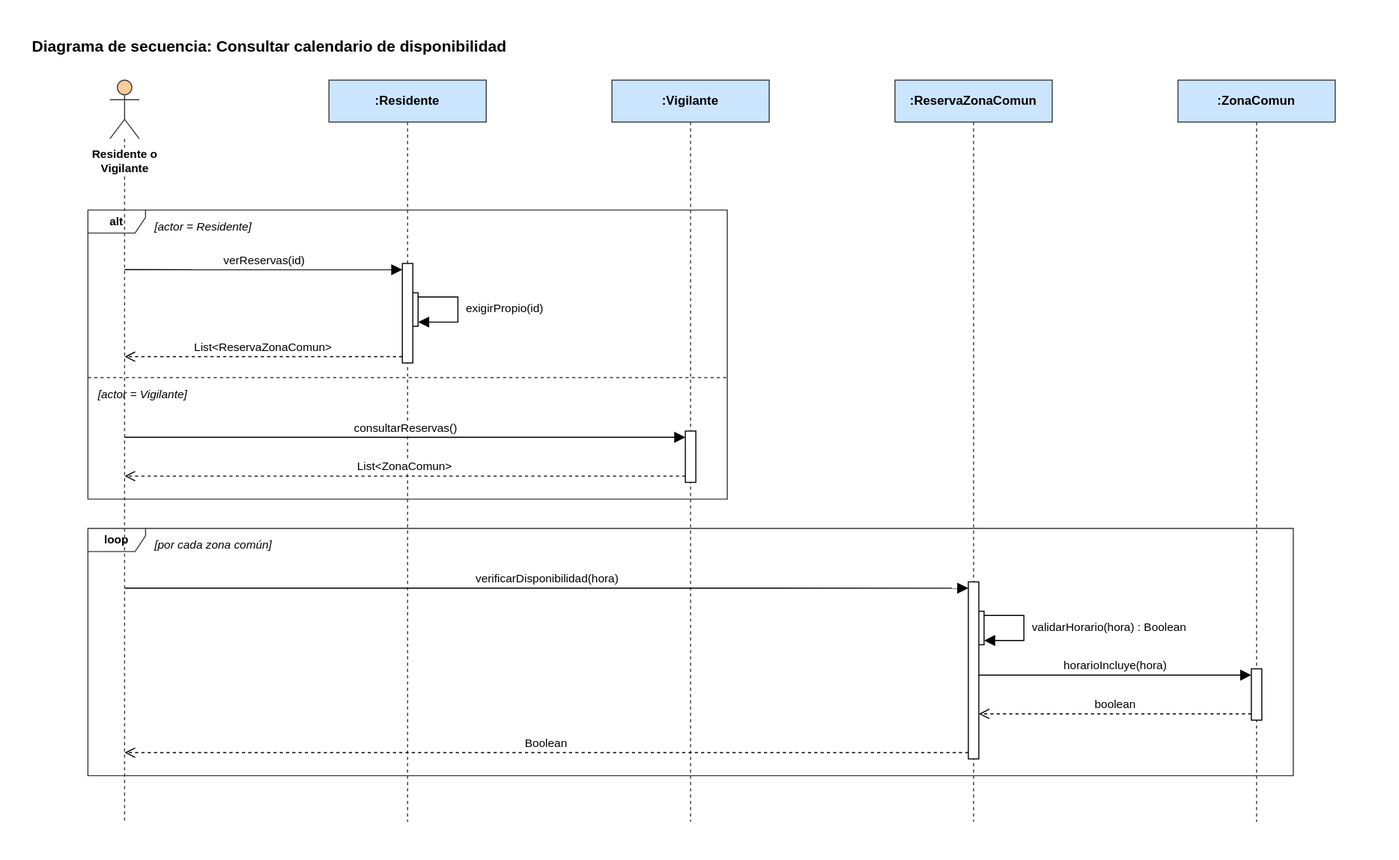
Above: Diagramas/Secuencia/consultar-calendario-de-disponibilidad.svg in manuel20051208/HorizontalSoftware-Back-End (draw.io), before the change. Source tidied: cells renumbered, new cells last; positions are measured from the earlier drawing's top-left corner, leaving out a move shared by most shapes.
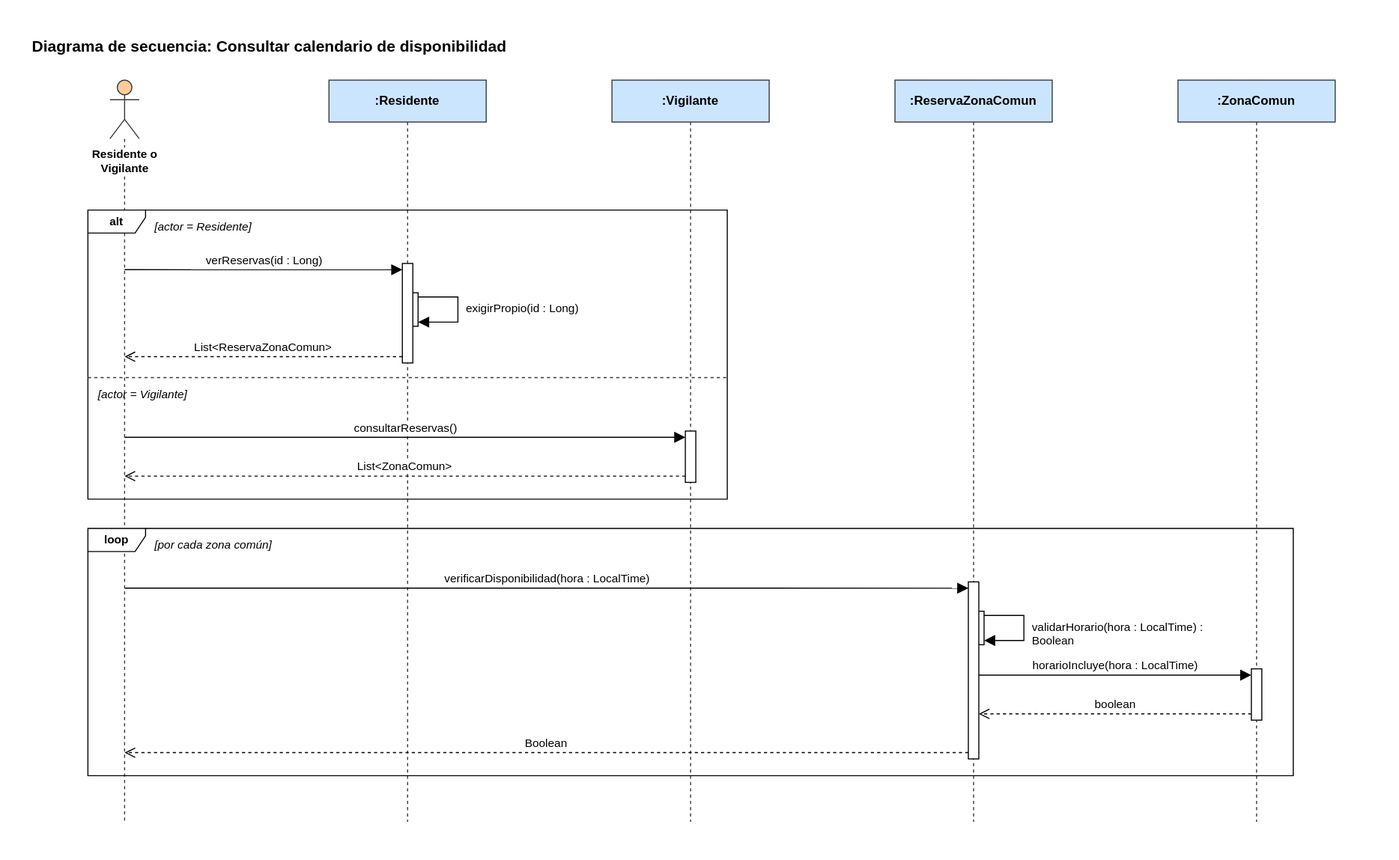
Above is the later version.

Diff of the diagram source:
```diff
@@ -38,7 +38,7 @@
     <mxCell id="13" style="html=1;points=[];perimeter=orthogonalPerimeter;fillColor=#ffffff;strokeColor=#000000;" parent="1" vertex="1">
       <mxGeometry x="895" y="527" width="10" height="169" as="geometry" />
     </mxCell>
-    <mxCell id="14" value="verReservas(id)" style="html=1;verticalAlign=bottom;rounded=0;fontSize=11;strokeColor=#000000;endArrow=block;endFill=1;endSize=8;exitX=0.5000;exitY=0.2556;exitDx=0;exitDy=0;exitPerimeter=0;entryX=0.0000;entryY=0.0632;entryDx=0;entryDy=0;entryPerimeter=0;" parent="1" edge="1" source="3" target="9">
+    <mxCell id="14" value="verReservas(id : Long)" style="html=1;verticalAlign=bottom;rounded=0;fontSize=11;strokeColor=#000000;endArrow=block;endFill=1;endSize=8;exitX=0.5000;exitY=0.2556;exitDx=0;exitDy=0;exitPerimeter=0;entryX=0.0000;entryY=0.0632;entryDx=0;entryDy=0;entryPerimeter=0;" parent="1" edge="1" source="3" target="9">
       <mxGeometry relative="1" as="geometry" />
     </mxCell>
     <mxCell id="15" style="html=1;rounded=0;endArrow=block;endFill=1;endSize=8;strokeColor=#000000;exitX=1.0000;exitY=0.1250;exitDx=0;exitDy=0;exitPerimeter=0;entryX=1.0000;entryY=0.8750;entryDx=0;entryDy=0;entryPerimeter=0;" parent="1" edge="1" source="8" target="8">
@@ -58,7 +58,7 @@
     <mxCell id="18" value="List&amp;lt;ZonaComun&amp;gt;" style="html=1;verticalAlign=bottom;rounded=0;fontSize=11;strokeColor=#000000;dashed=1;endArrow=open;endFill=0;endSize=8;exitX=0.0000;exitY=0.8776;exitDx=0;exitDy=0;exitPerimeter=0;entryX=0.5000;entryY=0.5339;entryDx=0;entryDy=0;entryPerimeter=0;" parent="1" edge="1" source="10" target="3">
       <mxGeometry relative="1" as="geometry" />
     </mxCell>
-    <mxCell id="19" value="verificarDisponibilidad(hora)" style="html=1;verticalAlign=bottom;rounded=0;fontSize=11;strokeColor=#000000;endArrow=block;endFill=1;endSize=8;exitX=0.5000;exitY=0.6850;exitDx=0;exitDy=0;exitPerimeter=0;entryX=0.0000;entryY=0.0355;entryDx=0;entryDy=0;entryPerimeter=0;" parent="1" edge="1" source="3" target="13">
+    <mxCell id="19" value="verificarDisponibilidad(hora : LocalTime)" style="html=1;verticalAlign=bottom;rounded=0;fontSize=11;strokeColor=#000000;endArrow=block;endFill=1;endSize=8;exitX=0.5000;exitY=0.6850;exitDx=0;exitDy=0;exitPerimeter=0;entryX=0.0000;entryY=0.0355;entryDx=0;entryDy=0;entryPerimeter=0;" parent="1" edge="1" source="3" target="13">
       <mxGeometry relative="1" as="geometry" />
     </mxCell>
     <mxCell id="20" style="html=1;rounded=0;endArrow=block;endFill=1;endSize=8;strokeColor=#000000;exitX=1.0000;exitY=0.1250;exitDx=0;exitDy=0;exitPerimeter=0;entryX=1.0000;entryY=0.8750;entryDx=0;entryDy=0;entryPerimeter=0;" parent="1" edge="1" source="11" target="11">
@@ -69,7 +69,7 @@
         </Array>
       </mxGeometry>
     </mxCell>
-    <mxCell id="21" value="horarioIncluye(hora)" style="html=1;verticalAlign=bottom;rounded=0;fontSize=11;strokeColor=#000000;endArrow=block;endFill=1;endSize=8;exitX=1.0000;exitY=0.5266;exitDx=0;exitDy=0;exitPerimeter=0;entryX=0.0000;entryY=0.1224;entryDx=0;entryDy=0;entryPerimeter=0;" parent="1" edge="1" source="13" target="12">
+    <mxCell id="21" value="horarioIncluye(hora : LocalTime)" style="html=1;verticalAlign=bottom;rounded=0;fontSize=11;strokeColor=#000000;endArrow=block;endFill=1;endSize=8;exitX=1.0000;exitY=0.5266;exitDx=0;exitDy=0;exitPerimeter=0;entryX=0.0000;entryY=0.1224;entryDx=0;entryDy=0;entryPerimeter=0;" parent="1" edge="1" source="13" target="12">
       <mxGeometry relative="1" as="geometry" />
     </mxCell>
     <mxCell id="22" value="boolean" style="html=1;verticalAlign=bottom;rounded=0;fontSize=11;strokeColor=#000000;dashed=1;endArrow=open;endFill=0;endSize=8;exitX=0.0000;exitY=0.8776;exitDx=0;exitDy=0;exitPerimeter=0;entryX=1.0000;entryY=0.7456;entryDx=0;entryDy=0;entryPerimeter=0;" parent="1" edge="1" source="12" target="13">
@@ -78,16 +78,16 @@
     <mxCell id="23" value="Boolean" style="html=1;verticalAlign=bottom;rounded=0;fontSize=11;strokeColor=#000000;dashed=1;endArrow=open;endFill=0;endSize=8;exitX=0.0000;exitY=0.9645;exitDx=0;exitDy=0;exitPerimeter=0;entryX=0.5000;entryY=0.9068;entryDx=0;entryDy=0;entryPerimeter=0;" parent="1" edge="1" source="13" target="3">
       <mxGeometry relative="1" as="geometry" />
     </mxCell>
-    <mxCell id="24" value="exigirPropio(id)" style="text;html=1;align=left;verticalAlign=top;whiteSpace=wrap;overflow=hidden;fontSize=11;" parent="1" vertex="1">
+    <mxCell id="24" value="exigirPropio(id : Long)" style="text;html=1;align=left;verticalAlign=top;whiteSpace=wrap;overflow=hidden;fontSize=11;" parent="1" vertex="1">
       <mxGeometry x="414" y="253" width="185" height="28" as="geometry" />
     </mxCell>
-    <mxCell id="25" value="validarHorario(hora) : Boolean" style="text;html=1;align=left;verticalAlign=top;whiteSpace=wrap;overflow=hidden;fontSize=11;" parent="1" vertex="1">
+    <mxCell id="25" value="validarHorario(hora : LocalTime) : Boolean" style="text;html=1;align=left;verticalAlign=top;whiteSpace=wrap;overflow=hidden;fontSize=11;" parent="1" vertex="1">
       <mxGeometry x="954" y="557" width="185" height="28" as="geometry" />
     </mxCell>
-    <mxCell id="26" value="alt" style="shape=umlFrame;whiteSpace=wrap;html=1;fillColor=none;strokeColor=#36393d;fontStyle=1;fontSize=11;width=55;height=22;" parent="1" vertex="1">
+    <mxCell id="26" value="alt" style="shape=umlFrame;whiteSpace=wrap;html=1;fontStyle=1;fontSize=11;width=55;height=22;" parent="1" vertex="1">
       <mxGeometry x="55" y="172" width="610" height="276" as="geometry" />
     </mxCell>
-    <mxCell id="27" value="loop" style="shape=umlFrame;whiteSpace=wrap;html=1;fillColor=none;strokeColor=#36393d;fontStyle=1;fontSize=11;width=55;height=22;" parent="1" vertex="1">
+    <mxCell id="27" value="loop" style="shape=umlFrame;whiteSpace=wrap;html=1;fontStyle=1;fontSize=11;width=55;height=22;" parent="1" vertex="1">
       <mxGeometry x="55" y="476" width="1150" height="236" as="geometry" />
     </mxCell>
     <mxCell id="28" style="endArrow=none;dashed=1;html=1;strokeColor=#36393d;" parent="1" edge="1">
```
